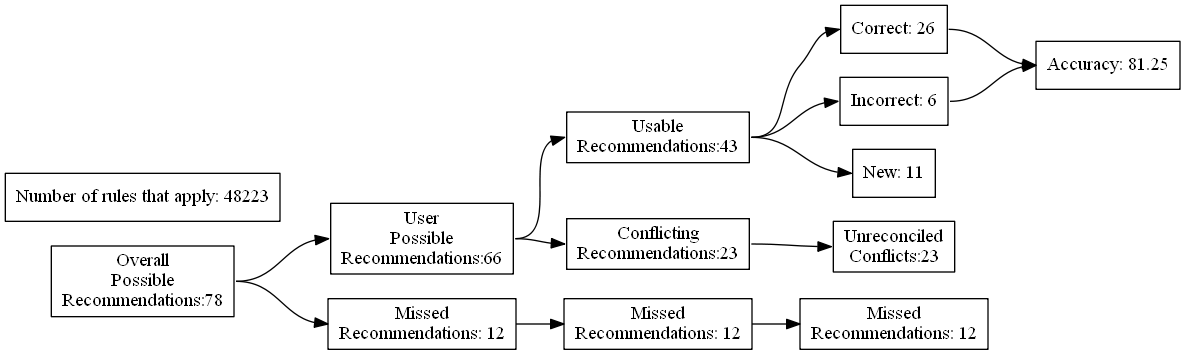
Earlier version of the Graphviz export test_renders/46.gv.png (ZaxR/ibd_diet_analysis). Its source is kept beside it as test_renders/46.gv.
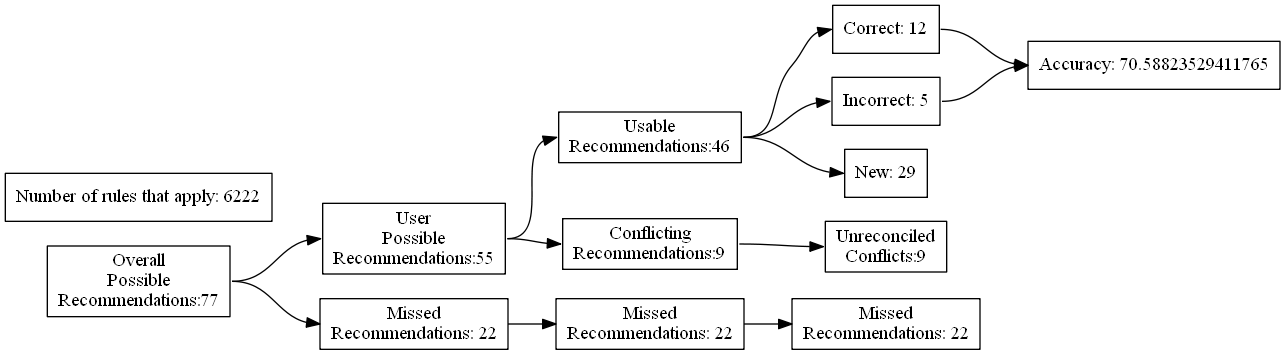
Later version of the same file.

What changed in the source:
```diff
@@ -4,27 +4,27 @@
 	edge [headport=w tailport=e]
 		A [label="Overall
 Possible
-Recommendations:78"]
+Recommendations:77"]
 		B [label="User
 Possible
-Recommendations:66"]
+Recommendations:55"]
 		C [label="Missed
-Recommendations: 12"]
+Recommendations: 22"]
 		D [label="Usable
-Recommendations:43"]
+Recommendations:46"]
 		E [label="Conflicting
-Recommendations:23"]
+Recommendations:9"]
 		J [label="Missed
-Recommendations: 12"]
+Recommendations: 22"]
 		M [label="Unreconciled
-Conflicts:23"]
-		F [label="Correct: 26"]
-		G [label="Incorrect: 6"]
-		H [label="New: 11"]
+Conflicts:9"]
+		F [label="Correct: 12"]
+		G [label="Incorrect: 5"]
+		H [label="New: 29"]
 		K [label="Missed
-Recommendations: 12"]
-		I [label="Accuracy: 81.25"]
-		l [label="Number of rules that apply: 48223"]
+Recommendations: 22"]
+		I [label="Accuracy: 70.58823529411765"]
+		l [label="Number of rules that apply: 6222"]
 			A -> B
 			A -> C
 			B -> D
```
